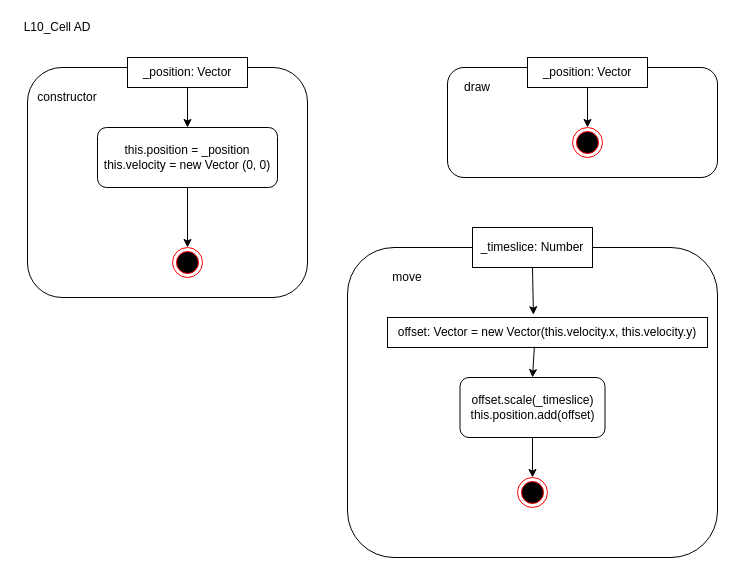
Above: page "Cell_AD" (1 of 8) of L10_Inheritance/Konzeption/L10_AD_Classes.drawio in KohlerAl/EIA2 (draw.io), before the change. Source tidied: cells renumbered, new cells numbered last; positions are measured from the earlier drawing's top-left corner, leaving out a move shared by most shapes. Both pictures are drawn from the tidied source at 100%, with x=0, y=0 at pixel (17, 17).
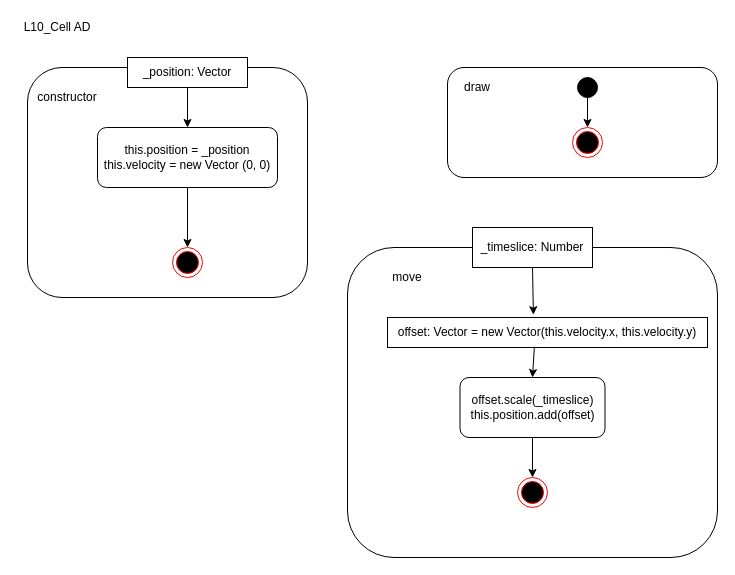
The same diagram, later.

Unchanged cells that the change refers to:
```xml
<mxCell id="12" style="ellipse;html=1;shape=endState;fillColor=#000000;strokeColor=#ff0000;" parent="1" vertex="1">
  <mxGeometry x="555" y="110" width="30" height="30" as="geometry" />
</mxCell>
```

What changed in the source:
```diff
@@
-    <mxCell id="11" value="_position: Vector" style="rounded=0;whiteSpace=wrap;html=1;" parent="1" vertex="1">
-      <mxGeometry x="510" y="40" width="120" height="30" as="geometry" />
-    </mxCell>
@@
-    <mxCell id="13" style="endArrow=classic;html=1;exitX=0.5;exitY=1;exitDx=0;exitDy=0;entryX=0.5;entryY=0;entryDx=0;entryDy=0;" parent="1" edge="1" source="11" target="12">
+    <mxCell id="13" style="endArrow=classic;html=1;exitX=0.5;exitY=1;exitDx=0;exitDy=0;entryX=0.5;entryY=0;entryDx=0;entryDy=0;" parent="1" edge="1" source="24" target="12">
       <mxGeometry relative="1" as="geometry" />
     </mxCell>
@@
+    <mxCell id="24" style="ellipse;whiteSpace=wrap;html=1;fillColor=#000000;" parent="1" vertex="1">
+      <mxGeometry x="560" y="60" width="20" height="20" as="geometry" />
+    </mxCell>
+    <mxCell id="25" style="endArrow=classic;html=1;exitX=0.5;exitY=1;exitDx=0;exitDy=0;entryX=0.5;entryY=0;entryDx=0;entryDy=0;" parent="1" edge="1" target="24">
+      <mxGeometry relative="1" as="geometry">
+        <mxPoint x="570" y="70" as="sourcePoint" />
+      </mxGeometry>
+    </mxCell>
```
